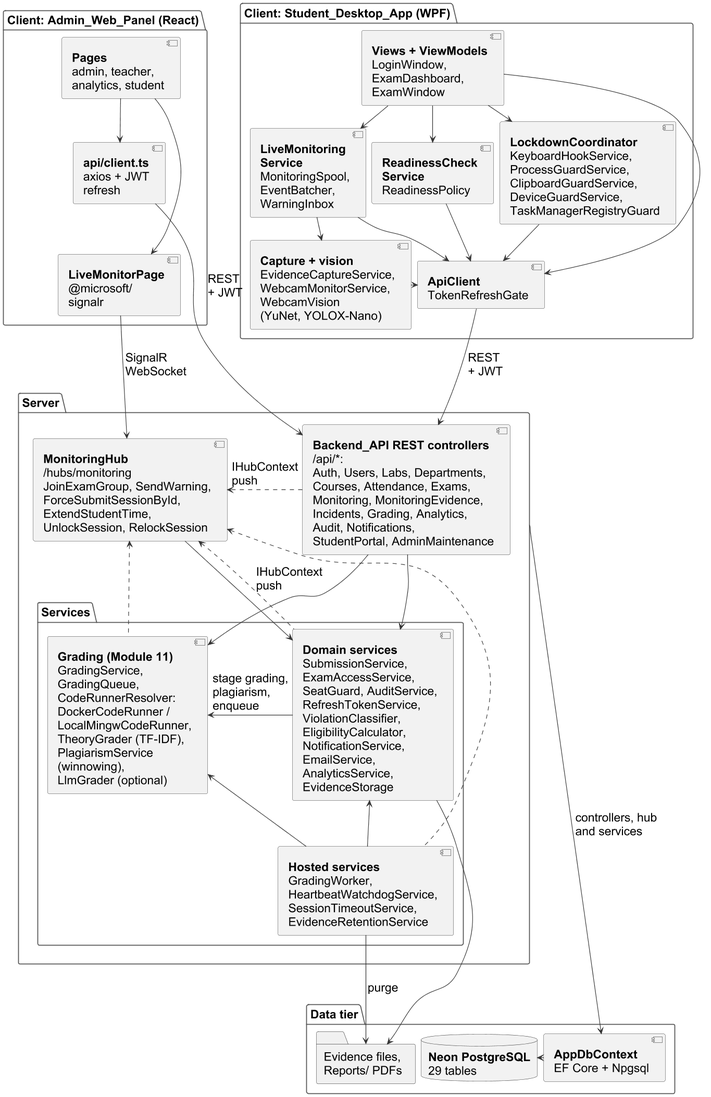
Earlier version of the PlantUML export important docs/fyp_doc_3chatp/Figures/component_diagram.png (Haiderali27-hub/AI-Lab-Monitoring-).
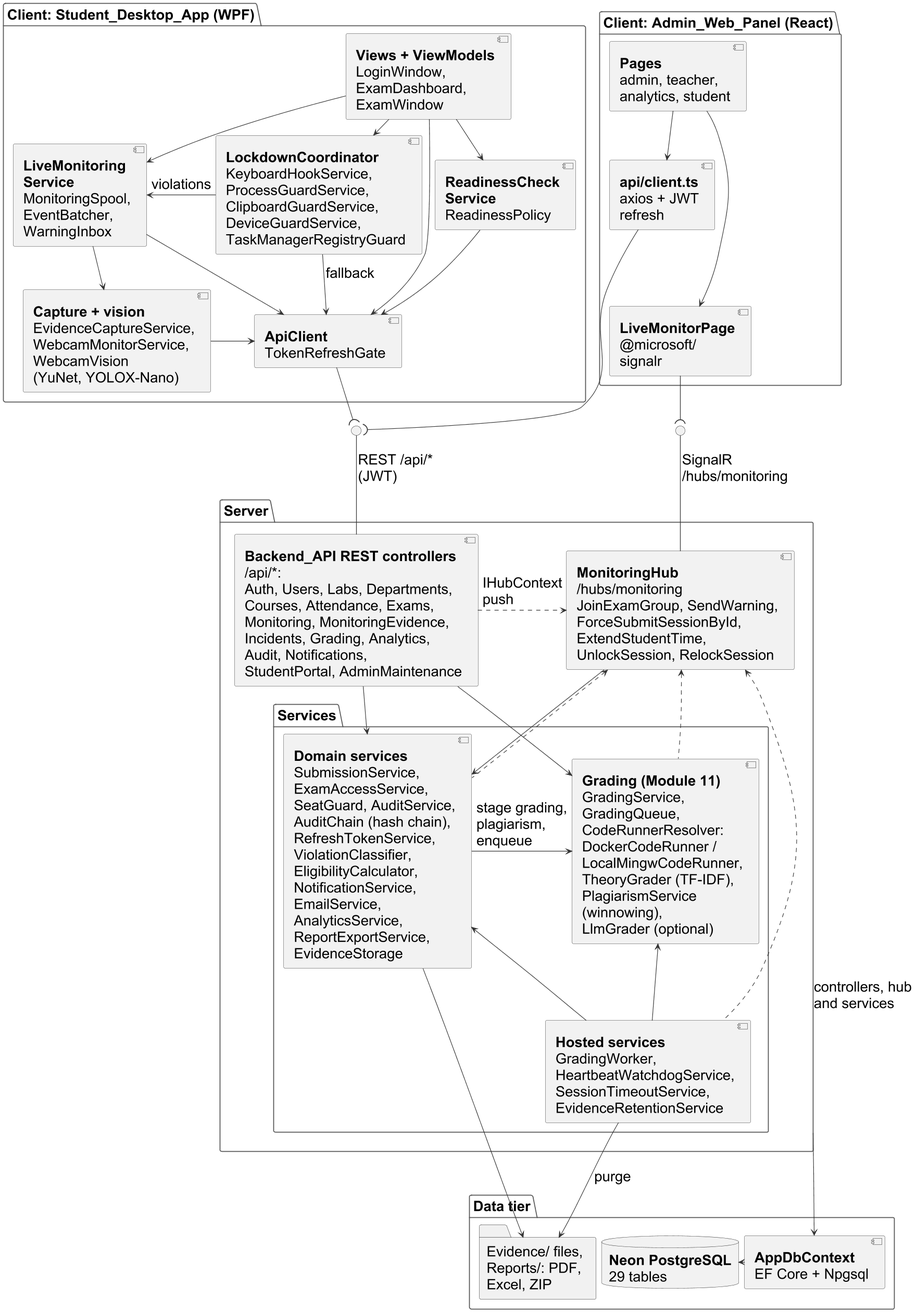
After the change.

Diff of the diagram source:
```diff
@@ -1,8 +1,8 @@
 @startuml
 !include style.iuml
 skinparam dpi 110
-skinparam defaultFontSize 20
-skinparam ArrowFontSize 20
+skinparam defaultFontSize 24
+skinparam ArrowFontSize 24
 skinparam nodesep 10
 skinparam ranksep 26
 skinparam defaultTextAlignment left
@@ -10,7 +10,7 @@
 skinparam package {
   BorderColor #555555
   BackgroundColor #FFFFFF
-  FontSize 20
+  FontSize 24
 }
 
 package "Client: Student_Desktop_App (WPF)" {
@@ -95,12 +95,14 @@
       SubmissionService,
       ExamAccessService,
       SeatGuard, AuditService,
+      AuditChain (hash chain),
       RefreshTokenService,
       ViolationClassifier,
       EligibilityCalculator,
       NotificationService,
       EmailService,
       AnalyticsService,
+      ReportExportService,
       EvidenceStorage
     ]
     component BG [
@@ -135,17 +137,25 @@
     29 tables
   ]
   folder EVD [
-    Evidence files,
-    Reports/ PDFs
+    Evidence/ files,
+    Reports/: PDF,
+    Excel, ZIP
   ]
 }
+
+() " " as IREST
+() " " as IHUB
+CTRL -up- IREST : REST /api/*\n(JWT)
+HUB -up- IHUB : SignalR\n/hubs/monitoring
 
 VIEWS --> READY
 VIEWS --> LOCK
 VIEWS --> LMS
 VIEWS --> APIC
 LMS --> CAP
-LOCK --> APIC
+LOCK -left-> LMS : violations
+READY -[hidden]right- LMS
+LOCK --> APIC : fallback
 LMS --> APIC
 READY --> APIC
 CAP -right-> APIC
@@ -153,13 +163,12 @@
 PAGES --> SIG
 AXIOS -[hidden]down- SIG
 VIEWS -[hidden]right- PAGES
-APIC -[hidden]down- CTRL
 
 EVD -[hidden]right- PG
 
-APIC --> CTRL : REST\n+ JWT
-AXIOS --> CTRL : REST\n+ JWT
-SIG --> HUB : SignalR\nWebSocket
+APIC -down-( IREST
+AXIOS -down-( IREST
+SIG -down-( IHUB
 CTRL .right.> HUB : IHubContext\npush
 CTRL --> DOM
 CTRL --> GRD
@@ -168,7 +177,7 @@
 BG -up-> DOM
 BG -up-> GRD
 BG --> EVD : purge
-DOM .up.> HUB : IHubContext\npush
+DOM .up.> HUB
 BG .up.> HUB
 GRD .up.> HUB
 SRV --> EF : controllers, hub\nand services
```
